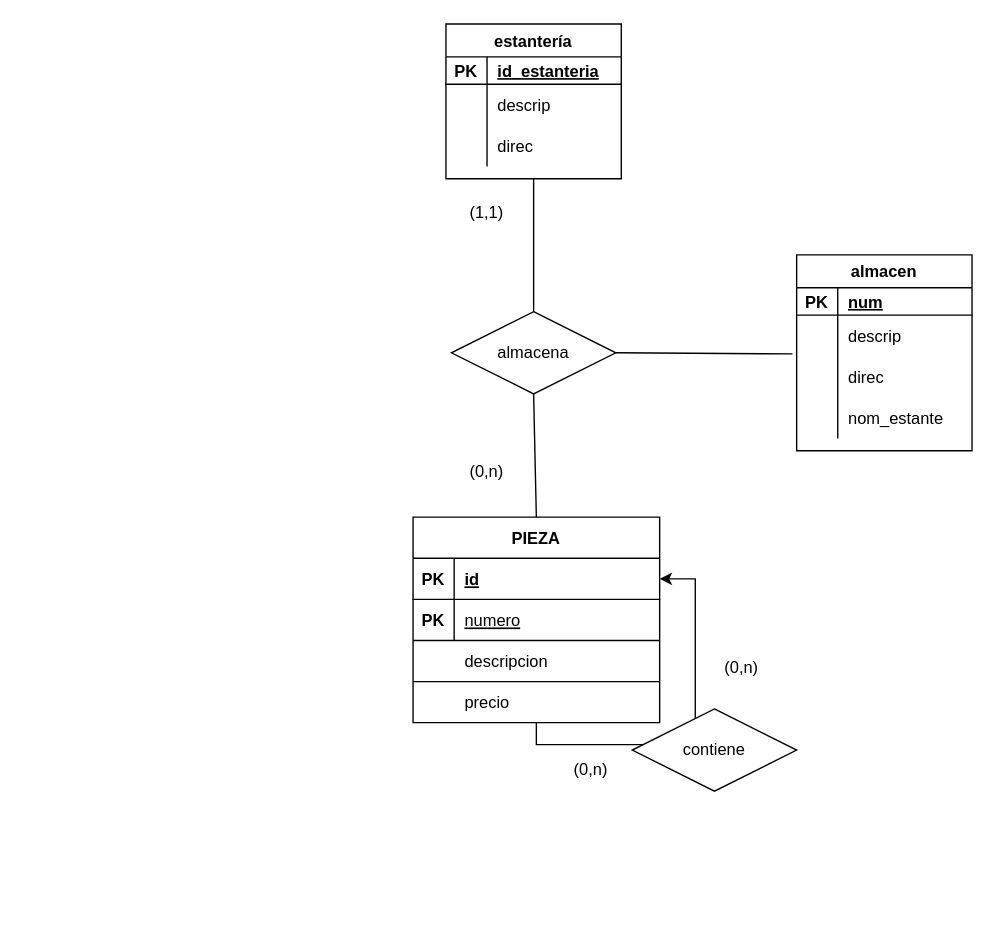
Earlier version of the draw.io diagram Ex5.drawio (JuanMarinG/TA12_MYSQL). Source tidied: cells renumbered, new cells numbered last; positions are measured from the earlier drawing's top-left corner, leaving out a move shared by most shapes. Both pictures are drawn from the tidied source at 137%, with x=0, y=0 at pixel (412, 23).
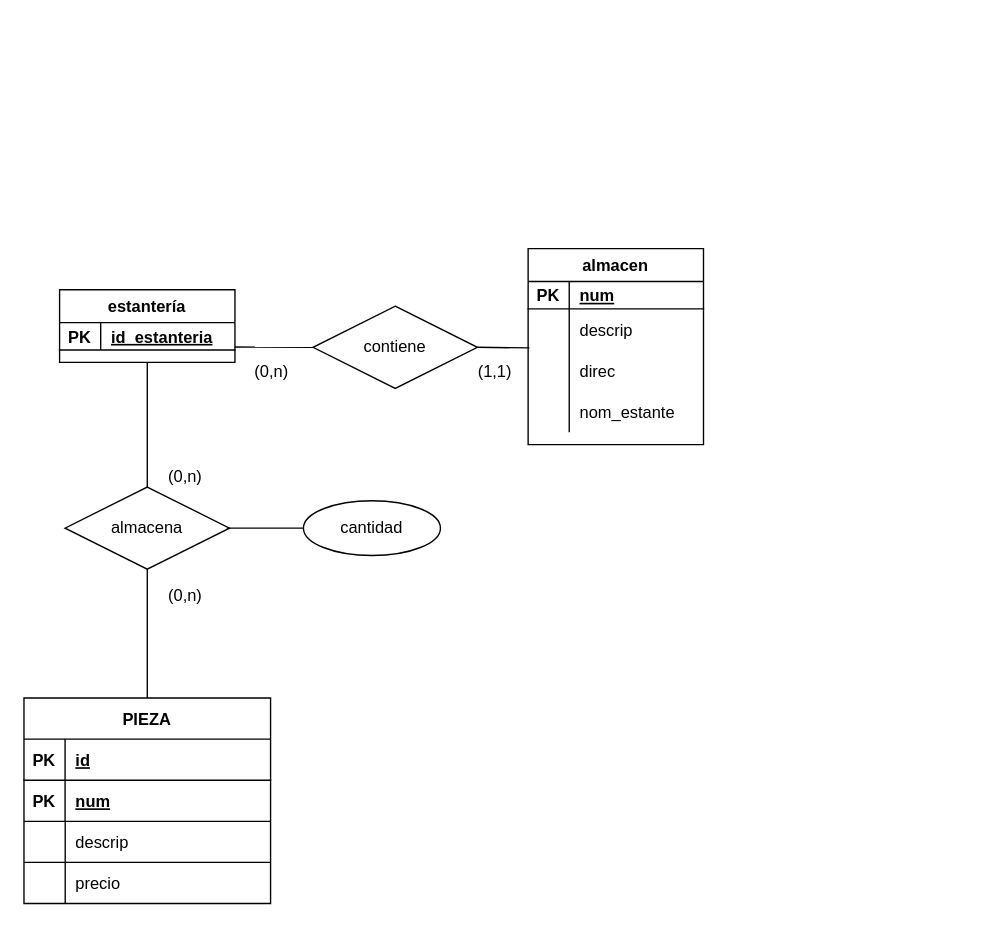
Above is the later version.

Commit message:
añadimos atributo cantidad y reestructuramos la relacion

The change refers to these unchanged cells:
```xml
<mxCell id="3" style="shape=tableRow;horizontal=0;startSize=0;swimlaneHead=0;swimlaneBody=0;fillColor=none;points=[[0,0.5],[1,0.5]];portConstraint=eastwest;top=0;left=0;right=0;bottom=1;" parent="2" vertex="1">
  <mxGeometry y="30" width="180" height="30" as="geometry" />
</mxCell>
<mxCell id="6" style="shape=tableRow;horizontal=0;startSize=0;swimlaneHead=0;swimlaneBody=0;fillColor=none;top=0;left=0;right=0;bottom=0;" parent="2" vertex="1">
  <mxGeometry y="60" width="180" height="30" as="geometry" />
</mxCell>
<mxCell id="14" style="shape=tableRow;horizontal=0;startSize=0;swimlaneHead=0;swimlaneBody=0;fillColor=none;points=[[0,0.5],[1,0.5]];portConstraint=eastwest;top=0;left=0;right=0;bottom=0;" parent="10" vertex="1">
  <mxGeometry y="44" width="128" height="30" as="geometry" />
</mxCell>
```

The edit, as a diff of the source:
```diff
@@
     <mxCell id="2" value="PIEZA" style="shape=table;startSize=30;childLayout=tableLayout;rowLines=0;fontStyle=1;align=center;" parent="1" vertex="1">
-      <mxGeometry y="360" width="180" height="150" as="geometry" />
+      <mxGeometry x="-284" y="492" width="180" height="150" as="geometry" />
     </mxCell>
@@
-    <mxCell id="8" value="numero" style="shape=partialRectangle;fillColor=none;top=0;left=0;bottom=0;right=0;align=left;spacingLeft=6;overflow=hidden;fontStyle=4;" parent="6" vertex="1">
+    <mxCell id="8" value="num" style="shape=partialRectangle;fillColor=none;top=0;left=0;bottom=0;right=0;align=left;spacingLeft=6;overflow=hidden;fontStyle=5;" parent="6" vertex="1">
       <mxGeometry x="30" width="150" height="30" as="geometry" />
     </mxCell>
-    <mxCell id="9" style="edgeStyle=orthogonalEdgeStyle;rounded=0;jettySize=auto;html=1;entryX=1;entryY=0.5;entryDx=0;entryDy=0;" parent="2" edge="1" source="2" target="3">
-      <mxGeometry relative="1" as="geometry">
-        <Array as="points">
-          <mxPoint x="90" y="166" />
-          <mxPoint x="206" y="166" />
-          <mxPoint x="206" y="45" />
-        </Array>
-      </mxGeometry>
-    </mxCell>
     <mxCell id="10" value="almacen" style="shape=table;startSize=24;childLayout=tableLayout;rowLines=0;fontStyle=1;align=center;" parent="1" vertex="1">
-      <mxGeometry x="280" y="168.5" width="128" height="143" as="geometry" />
+      <mxGeometry x="84" y="164" width="128" height="143" as="geometry" />
     </mxCell>
@@
     <mxCell id="23" style="line;strokeWidth=1;dashed=0;labelPosition=right;align=left;verticalAlign=middle;spacingTop=0;spacingLeft=6;" parent="1" vertex="1">
-      <mxGeometry y="445" width="180" height="10" as="geometry" />
+      <mxGeometry x="-284" y="577" width="180" height="10" as="geometry" />
     </mxCell>
     <mxCell id="24" style="shape=partialRectangle;fillColor=none;top=0;left=0;bottom=0;right=0;overflow=hidden;fontStyle=1;" parent="1" vertex="1">
-      <mxGeometry y="450" width="30" height="30" as="geometry" />
+      <mxGeometry x="-151" y="616" width="30" height="30" as="geometry" />
     </mxCell>
-    <mxCell id="25" value="descripcion" style="shape=partialRectangle;fillColor=none;top=0;left=0;bottom=0;right=0;align=left;spacingLeft=6;overflow=hidden;" parent="1" vertex="1">
-      <mxGeometry x="30" y="450" width="150" height="30" as="geometry" />
+    <mxCell id="25" value="descrip" style="shape=partialRectangle;fillColor=none;top=0;left=0;bottom=0;right=0;align=left;spacingLeft=6;overflow=hidden;" parent="1" vertex="1">
+      <mxGeometry x="-254" y="582" width="150" height="30" as="geometry" />
     </mxCell>
     <mxCell id="26" value="precio" style="shape=partialRectangle;fillColor=none;top=0;left=0;bottom=0;right=0;align=left;spacingLeft=6;overflow=hidden;" parent="1" vertex="1">
-      <mxGeometry x="30" y="480" width="150" height="30" as="geometry" />
+      <mxGeometry x="-254" y="612" width="150" height="30" as="geometry" />
     </mxCell>
     <mxCell id="27" style="endArrow=none;html=1;rounded=0;" parent="1" edge="1">
       <mxGeometry relative="1" as="geometry">
-        <mxPoint y="480" as="sourcePoint" />
-        <mxPoint x="180" y="480" as="targetPoint" />
+        <mxPoint x="-284" y="612" as="sourcePoint" />
+        <mxPoint x="-104" y="612" as="targetPoint" />
       </mxGeometry>
     </mxCell>
+    <mxCell id="47" style="endArrow=none;html=1;rounded=0;" parent="1" edge="1">
+      <mxGeometry relative="1" as="geometry">
+        <mxPoint x="-253.9" y="582" as="sourcePoint" />
+        <mxPoint x="-253.9" y="642.1" as="targetPoint" />
+      </mxGeometry>
+    </mxCell>
     <mxCell id="28" value="contiene" style="shape=rhombus;perimeter=rhombusPerimeter;whiteSpace=wrap;html=1;align=center;" parent="1" vertex="1">
-      <mxGeometry x="160" y="500" width="120" height="60" as="geometry" />
+      <mxGeometry x="-73" y="206" width="120" height="60" as="geometry" />
     </mxCell>
     <mxCell id="29" value="estantería" style="shape=table;startSize=24;childLayout=tableLayout;rowLines=0;fontStyle=1;align=center;" parent="1" vertex="1">
-      <mxGeometry x="24" width="128" height="113" as="geometry" />
+      <mxGeometry x="-258" y="194" width="128" height="53" as="geometry" />
     </mxCell>
@@
-    <mxCell id="33" style="shape=tableRow;horizontal=0;startSize=0;swimlaneHead=0;swimlaneBody=0;fillColor=none;top=0;left=0;right=0;bottom=0;" parent="29" vertex="1">
-      <mxGeometry y="44" width="128" height="30" as="geometry" />
-    </mxCell>
-    <mxCell id="34" style="shape=partialRectangle;fillColor=none;top=0;left=0;bottom=0;right=0;overflow=hidden;" parent="33" vertex="1">
-      <mxGeometry width="30" height="30" as="geometry" />
-    </mxCell>
-    <mxCell id="35" value="descrip" style="shape=partialRectangle;fillColor=none;top=0;left=0;bottom=0;right=0;align=left;spacingLeft=6;overflow=hidden;" parent="33" vertex="1">
-      <mxGeometry x="30" width="98" height="30" as="geometry" />
-    </mxCell>
-    <mxCell id="36" style="shape=tableRow;horizontal=0;startSize=0;swimlaneHead=0;swimlaneBody=0;fillColor=none;top=0;left=0;right=0;bottom=0;" parent="29" vertex="1">
-      <mxGeometry y="74" width="128" height="30" as="geometry" />
-    </mxCell>
-    <mxCell id="37" style="shape=partialRectangle;fillColor=none;top=0;left=0;bottom=0;right=0;overflow=hidden;" parent="36" vertex="1">
-      <mxGeometry width="30" height="30" as="geometry" />
-    </mxCell>
-    <mxCell id="38" value="direc" style="shape=partialRectangle;fillColor=none;top=0;left=0;bottom=0;right=0;align=left;spacingLeft=6;overflow=hidden;" parent="36" vertex="1">
-      <mxGeometry x="30" width="98" height="30" as="geometry" />
-    </mxCell>
     <mxCell id="39" value="(0,n)" style="text;html=1;strokeColor=none;fillColor=none;align=center;verticalAlign=middle;whiteSpace=wrap;rounded=0;" parent="1" vertex="1">
-      <mxGeometry x="100" y="530" width="60" height="30" as="geometry" />
+      <mxGeometry x="-196" y="403" width="60" height="30" as="geometry" />
     </mxCell>
     <mxCell id="40" value="(0,n)" style="text;html=1;strokeColor=none;fillColor=none;align=center;verticalAlign=middle;whiteSpace=wrap;rounded=0;" parent="1" vertex="1">
-      <mxGeometry x="210" y="455" width="60" height="30" as="geometry" />
+      <mxGeometry x="-196" y="316" width="60" height="30" as="geometry" />
     </mxCell>
     <mxCell id="41" value="almacena" style="shape=rhombus;perimeter=rhombusPerimeter;whiteSpace=wrap;html=1;align=center;" parent="1" vertex="1">
-      <mxGeometry x="28" y="210" width="120" height="60" as="geometry" />
+      <mxGeometry x="-254" y="338" width="120" height="60" as="geometry" />
     </mxCell>
-    <mxCell id="42" style="endArrow=none;html=1;rounded=0;exitX=1;exitY=0.5;exitDx=0;exitDy=0;entryX=-0.024;entryY=0.944;entryDx=0;entryDy=0;entryPerimeter=0;" parent="1" edge="1" source="41" target="14">
+    <mxCell id="42" style="endArrow=none;html=1;rounded=0;exitX=1;exitY=0.5;exitDx=0;exitDy=0;entryX=0.007;entryY=0.949;entryDx=0;entryDy=0;entryPerimeter=0;" parent="1" edge="1" source="28" target="14">
       <mxGeometry relative="1" as="geometry" />
     </mxCell>
@@
     <mxCell id="45" value="(1,1)" style="text;html=1;strokeColor=none;fillColor=none;align=center;verticalAlign=middle;whiteSpace=wrap;rounded=0;" parent="1" vertex="1">
-      <mxGeometry x="24" y="123" width="60" height="30" as="geometry" />
+      <mxGeometry x="30" y="239" width="60" height="30" as="geometry" />
     </mxCell>
     <mxCell id="46" value="(0,n)" style="text;html=1;strokeColor=none;fillColor=none;align=center;verticalAlign=middle;whiteSpace=wrap;rounded=0;" parent="1" vertex="1">
-      <mxGeometry x="24" y="311.5" width="60" height="30" as="geometry" />
+      <mxGeometry x="-133" y="239" width="60" height="30" as="geometry" />
     </mxCell>
+    <mxCell id="48" style="endArrow=none;html=1;rounded=0;exitX=1;exitY=0.5;exitDx=0;exitDy=0;entryX=0;entryY=0.5;entryDx=0;entryDy=0;" parent="1" edge="1" target="28">
+      <mxGeometry relative="1" as="geometry">
+        <mxPoint x="-130" y="235.8" as="sourcePoint" />
+      </mxGeometry>
+    </mxCell>
+    <mxCell id="49" style="line;strokeWidth=1;dashed=0;labelPosition=right;align=left;verticalAlign=middle;spacingTop=0;spacingLeft=6;" parent="1" vertex="1">
+      <mxGeometry x="-136" y="363" width="60" height="10" as="geometry" />
+    </mxCell>
+    <mxCell id="50" value="cantidad" style="ellipse;whiteSpace=wrap;html=1;align=center;" parent="1" vertex="1">
+      <mxGeometry x="-80" y="348" width="100" height="40" as="geometry" />
+    </mxCell>
```
